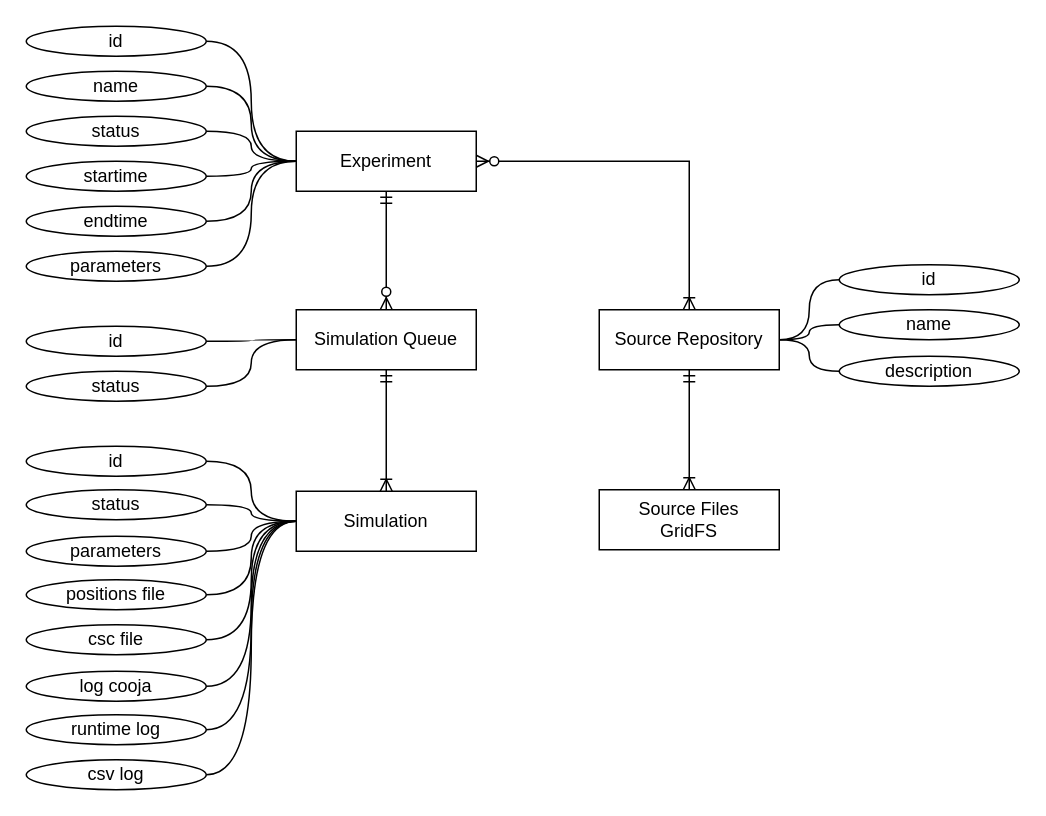
Above: page "ER" (4 of 6) of docs/diagrams.drawio in JunioCesarFerreira/Cooja-MO-SimLab (draw.io), before the change. Source tidied: cells renumbered, new cells numbered last; positions are measured from the earlier drawing's top-left corner, leaving out a move shared by most shapes. Both pictures are drawn from the tidied source at 150%, with x=0, y=0 at pixel (26, 26).
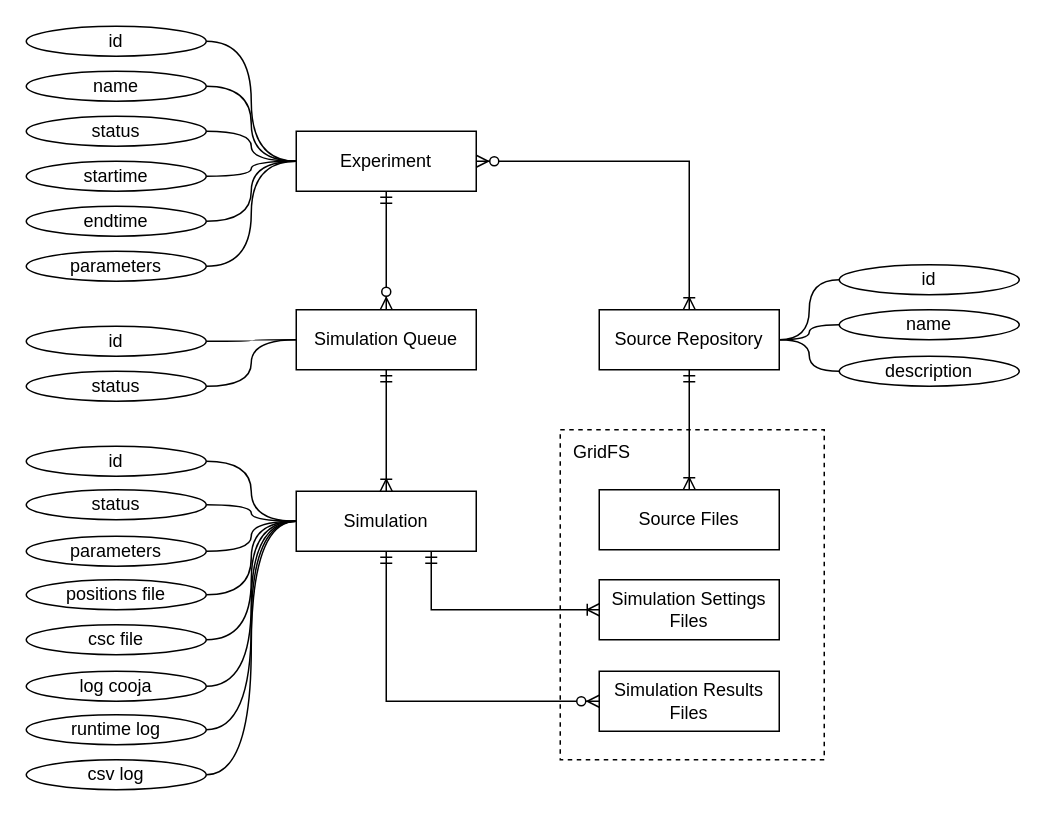
The same diagram, later.

Unchanged cells that the change refers to:
```xml
<mxCell id="5" value="Simulation" style="rounded=0;whiteSpace=wrap;html=1;" parent="1" vertex="1">
  <mxGeometry x="180" y="310" width="120" height="40" as="geometry" />
</mxCell>
```

What changed in the source:
```diff
@@
+    <mxCell id="49" style="rounded=0;whiteSpace=wrap;html=1;dashed=1;" parent="1" vertex="1">
+      <mxGeometry x="356" y="269" width="176" height="220" as="geometry" />
+    </mxCell>
@@
+    <mxCell id="50" style="edgeStyle=orthogonalEdgeStyle;rounded=0;jettySize=auto;html=1;exitX=0.75;exitY=1;exitDx=0;exitDy=0;entryX=0;entryY=0.5;entryDx=0;entryDy=0;startFill=0;endArrow=ERoneToMany;endFill=0;startArrow=ERmandOne;" parent="1" edge="1" source="5" target="52">
+      <mxGeometry relative="1" as="geometry" />
+    </mxCell>
+    <mxCell id="51" style="edgeStyle=orthogonalEdgeStyle;rounded=0;jettySize=auto;html=1;exitX=0.5;exitY=1;exitDx=0;exitDy=0;entryX=0;entryY=0.5;entryDx=0;entryDy=0;startFill=0;endArrow=ERzeroToMany;endFill=1;startArrow=ERmandOne;" parent="1" edge="1" source="5" target="53">
+      <mxGeometry relative="1" as="geometry" />
+    </mxCell>
@@
-    <mxCell id="42" value="Source Files&lt;br&gt;GridFS" style="rounded=0;whiteSpace=wrap;html=1;" parent="1" vertex="1">
+    <mxCell id="42" value="Source Files" style="rounded=0;whiteSpace=wrap;html=1;" parent="1" vertex="1">
       <mxGeometry x="382" y="309" width="120" height="40" as="geometry" />
     </mxCell>
@@
+    <mxCell id="52" value="Simulation Settings Files" style="rounded=0;whiteSpace=wrap;html=1;" parent="1" vertex="1">
+      <mxGeometry x="382" y="369" width="120" height="40" as="geometry" />
+    </mxCell>
+    <mxCell id="53" value="Simulation Results Files" style="rounded=0;whiteSpace=wrap;html=1;" parent="1" vertex="1">
+      <mxGeometry x="382" y="430" width="120" height="40" as="geometry" />
+    </mxCell>
+    <mxCell id="54" value="GridFS" style="text;html=1;strokeColor=none;fillColor=none;align=center;verticalAlign=middle;whiteSpace=wrap;rounded=0;dashed=1;" parent="1" vertex="1">
+      <mxGeometry x="356" y="269" width="56" height="30" as="geometry" />
+    </mxCell>
```
